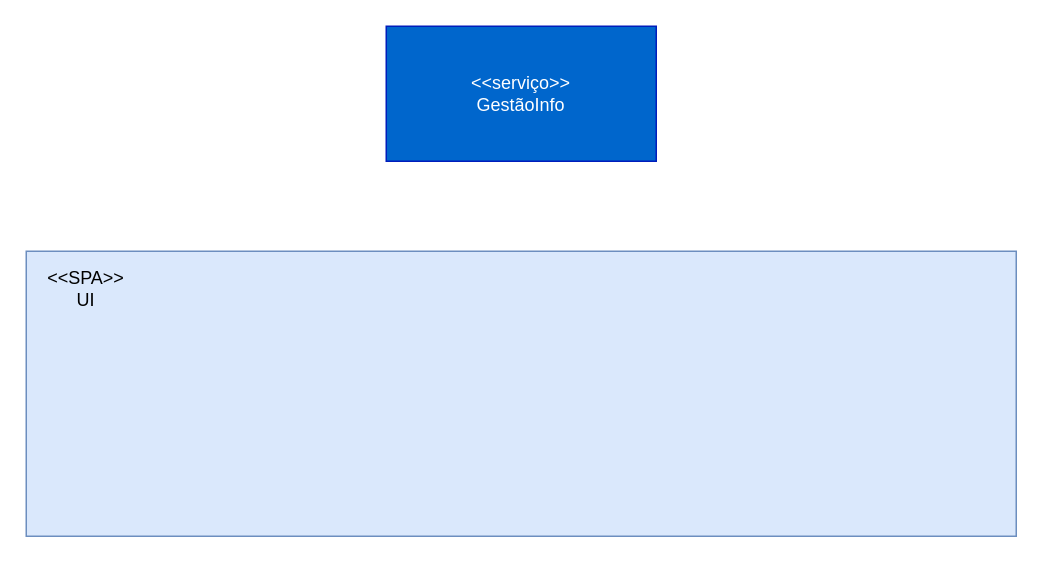
Before: docs/system_diagram.drawio in ruben1132/PI5_23-24, a draw.io diagram. Source tidied: cells renumbered, new cells numbered last; positions are measured from the earlier drawing's top-left corner, leaving out a move shared by most shapes. Both pictures are drawn from the tidied source at 150%, with x=0, y=0 at pixel (26, 26).
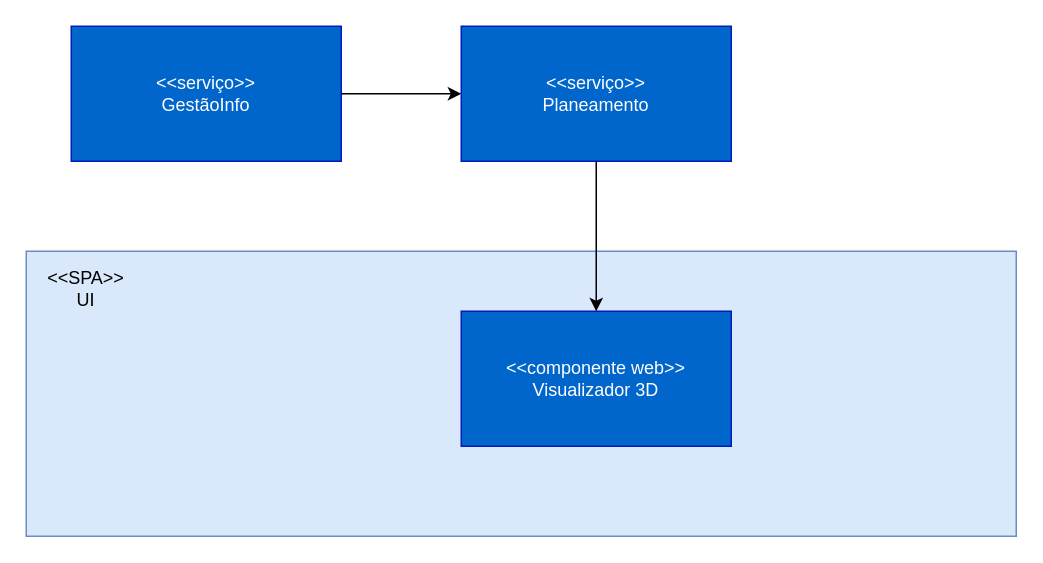
The same page after the edit.

Commit message (it also covers changes not shown here):
dei update no system overview

Diff of the diagram source:
```diff
@@
 <mxGraphModel>
   <root>
     <mxCell id="0" />
     <mxCell id="1" parent="0" />
     <mxCell id="2" value="&amp;lt;&amp;lt;serviço&amp;gt;&amp;gt;&lt;br&gt;GestãoInfo" style="rounded=0;whiteSpace=wrap;html=1;fillColor=#0066CC;strokeColor=#001DBC;fontColor=#ffffff;" parent="1" vertex="1">
-      <mxGeometry x="240" width="180" height="90" as="geometry" />
+      <mxGeometry x="30" width="180" height="90" as="geometry" />
     </mxCell>
     <mxCell id="3" style="rounded=0;whiteSpace=wrap;html=1;fillColor=#dae8fc;strokeColor=#6c8ebf;" parent="1" vertex="1">
       <mxGeometry y="150" width="660" height="190" as="geometry" />
     </mxCell>
     <mxCell id="4" value="&amp;lt;&amp;lt;SPA&amp;gt;&amp;gt;&lt;br&gt;UI" style="text;html=1;strokeColor=none;fillColor=none;align=center;verticalAlign=middle;whiteSpace=wrap;rounded=0;" parent="1" vertex="1">
       <mxGeometry x="10" y="160" width="60" height="30" as="geometry" />
     </mxCell>
+    <mxCell id="5" value="&amp;lt;&amp;lt;serviço&amp;gt;&amp;gt;&lt;br&gt;Planeamento" style="rounded=0;whiteSpace=wrap;html=1;fillColor=#0066CC;strokeColor=#001DBC;fontColor=#ffffff;" parent="1" vertex="1">
+      <mxGeometry x="290" width="180" height="90" as="geometry" />
+    </mxCell>
+    <mxCell id="6" style="endArrow=classic;html=1;rounded=0;exitX=1;exitY=0.5;exitDx=0;exitDy=0;" parent="1" edge="1" source="2" target="5">
+      <mxGeometry relative="1" as="geometry" />
+    </mxCell>
+    <mxCell id="7" value="&amp;lt;&amp;lt;componente web&amp;gt;&amp;gt;&lt;br&gt;Visualizador 3D" style="rounded=0;whiteSpace=wrap;html=1;fillColor=#0066CC;strokeColor=#001DBC;fontColor=#ffffff;" parent="1" vertex="1">
+      <mxGeometry x="290" y="190" width="180" height="90" as="geometry" />
+    </mxCell>
+    <mxCell id="8" style="endArrow=classic;html=1;rounded=0;entryX=0.5;entryY=0;entryDx=0;entryDy=0;" parent="1" edge="1" source="5" target="7">
+      <mxGeometry relative="1" as="geometry" />
+    </mxCell>
   </root>
 </mxGraphModel>
```
